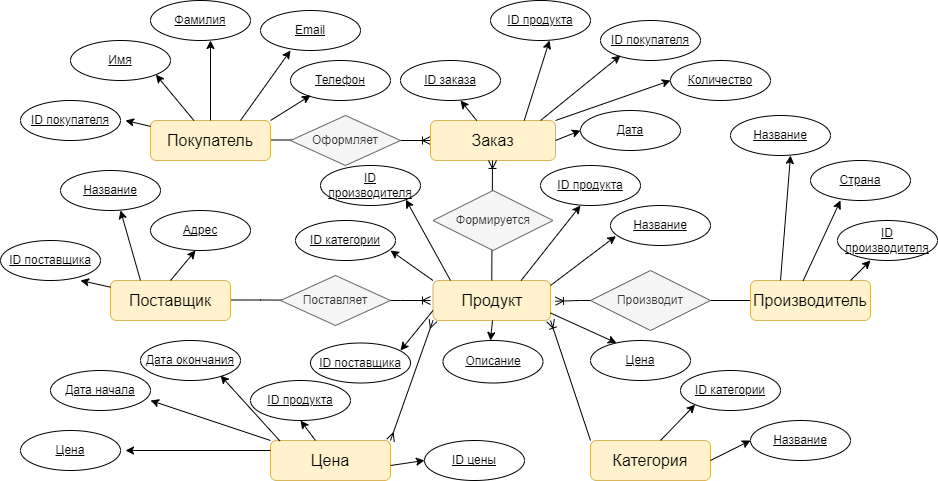
The draw.io diagram Conceptmodel.drawio.png in DoriaKarri/DatabaseOpen, before a commit. Source tidied: cells renumbered, new cells last; positions are measured from the earlier drawing's top-left corner, leaving out a move shared by most shapes.
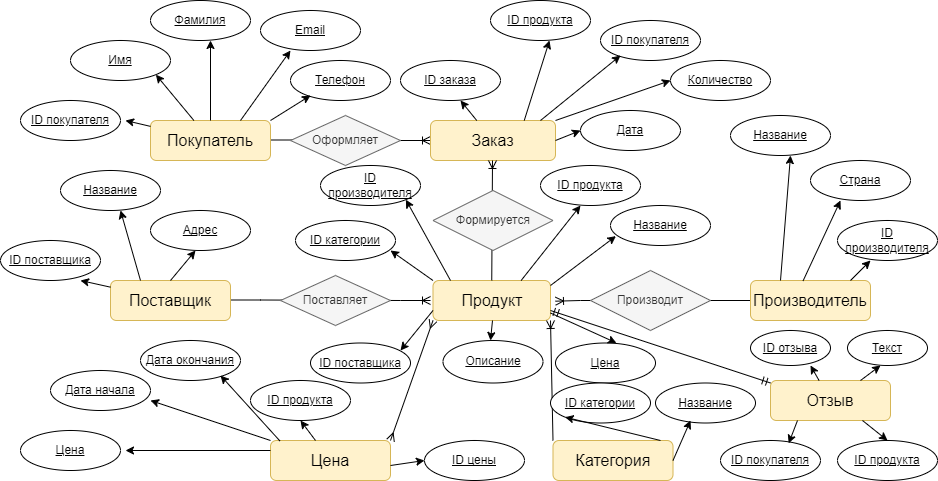
The same file after the commit.

The edit, as a diff of the source:
```diff
@@ -29,7 +29,7 @@
       <mxGeometry x="270" y="440" width="120" height="40" as="geometry" />
     </mxCell>
     <mxCell id="7" value="&lt;font style=&quot;font-size: 16px;&quot;&gt;Категория&lt;/font&gt;" style="rounded=1;whiteSpace=wrap;html=1;fillColor=#fff2cc;strokeColor=#d6b656;" parent="1" vertex="1">
-      <mxGeometry x="590" y="440" width="120" height="40" as="geometry" />
+      <mxGeometry x="552.5" y="440" width="120" height="40" as="geometry" />
     </mxCell>
     <mxCell id="8" value="&lt;font style=&quot;font-size: 16px;&quot;&gt;Заказ&lt;/font&gt;" style="rounded=1;whiteSpace=wrap;html=1;fillColor=#fff2cc;strokeColor=#d6b656;" parent="1" vertex="1">
       <mxGeometry x="430" y="120" width="125" height="40" as="geometry" />
@@ -118,7 +118,7 @@
       <mxGeometry x="150" y="210" width="100" height="40" as="geometry" />
     </mxCell>
     <mxCell id="36" value="Название&lt;span id=&quot;docs-internal-guid-7f41d778-7fff-3c8e-2a3e-b1769a336b5f&quot;&gt;&lt;/span&gt;" style="ellipse;whiteSpace=wrap;html=1;align=center;fontStyle=4;" parent="1" vertex="1">
-      <mxGeometry x="750" y="420" width="100" height="40" as="geometry" />
+      <mxGeometry x="655" y="382.5" width="100" height="40" as="geometry" />
     </mxCell>
     <mxCell id="37" value="Цена&lt;span id=&quot;docs-internal-guid-7f41d778-7fff-3c8e-2a3e-b1769a336b5f&quot;&gt;&lt;/span&gt;" style="ellipse;whiteSpace=wrap;html=1;align=center;fontStyle=4;" parent="1" vertex="1">
       <mxGeometry x="20" y="430" width="100" height="40" as="geometry" />
@@ -142,7 +142,7 @@
       <mxGeometry x="442.5" y="340" width="100" height="42.5" as="geometry" />
     </mxCell>
     <mxCell id="44" value="Цена&lt;span id=&quot;docs-internal-guid-7f41d778-7fff-3c8e-2a3e-b1769a336b5f&quot;&gt;&lt;/span&gt;" style="ellipse;whiteSpace=wrap;html=1;align=center;fontStyle=4;" parent="1" vertex="1">
-      <mxGeometry x="590" y="340" width="100" height="40" as="geometry" />
+      <mxGeometry x="555" y="342.5" width="100" height="40" as="geometry" />
     </mxCell>
     <mxCell id="45" value="ID поставщика&lt;span id=&quot;docs-internal-guid-7f41d778-7fff-3c8e-2a3e-b1769a336b5f&quot;&gt;&lt;/span&gt;" style="ellipse;whiteSpace=wrap;html=1;align=center;fontStyle=4;" parent="1" vertex="1">
       <mxGeometry x="310" y="342.5" width="100" height="40" as="geometry" />
@@ -226,13 +226,11 @@
         <mxPoint x="390" y="250" as="targetPoint" />
       </mxGeometry>
     </mxCell>
-    <mxCell id="62" style="endArrow=classic;html=1;rounded=0;exitX=1;exitY=0.5;exitDx=0;exitDy=0;" parent="1" edge="1" source="7">
-      <mxGeometry relative="1" as="geometry">
-        <mxPoint x="750" y="440" as="targetPoint" />
-      </mxGeometry>
+    <mxCell id="62" style="endArrow=classic;html=1;rounded=0;exitX=1;exitY=0.5;exitDx=0;exitDy=0;entryX=0.35;entryY=0.938;entryDx=0;entryDy=0;entryPerimeter=0;" parent="1" edge="1" source="7" target="36">
+      <mxGeometry relative="1" as="geometry" />
     </mxCell>
     <mxCell id="63" value="ID категории&lt;span id=&quot;docs-internal-guid-7f41d778-7fff-3c8e-2a3e-b1769a336b5f&quot;&gt;&lt;/span&gt;" style="ellipse;whiteSpace=wrap;html=1;align=center;fontStyle=4;" parent="1" vertex="1">
-      <mxGeometry x="680" y="370" width="100" height="40" as="geometry" />
+      <mxGeometry x="550" y="382.5" width="100" height="40" as="geometry" />
     </mxCell>
     <mxCell id="64" style="endArrow=classic;html=1;rounded=0;entryX=0;entryY=1;entryDx=0;entryDy=0;" parent="1" edge="1" target="63">
       <mxGeometry relative="1" as="geometry">
@@ -306,5 +304,45 @@
         <mxPoint x="390" y="465" as="sourcePoint" />
       </mxGeometry>
     </mxCell>
+    <mxCell id="79" value="&lt;span style=&quot;font-size: 16px;&quot;&gt;Отзыв&lt;/span&gt;" style="rounded=1;whiteSpace=wrap;html=1;fillColor=#fff2cc;strokeColor=#d6b656;" parent="1" vertex="1">
+      <mxGeometry x="770" y="380" width="120" height="40" as="geometry" />
+    </mxCell>
+    <mxCell id="80" value="ID отзыва&lt;span id=&quot;docs-internal-guid-7f41d778-7fff-3c8e-2a3e-b1769a336b5f&quot;&gt;&lt;/span&gt;" style="ellipse;whiteSpace=wrap;html=1;align=center;fontStyle=4;" parent="1" vertex="1">
+      <mxGeometry x="750" y="330" width="80" height="35" as="geometry" />
+    </mxCell>
+    <mxCell id="81" style="fontSize=12;html=1;endArrow=ERmandOne;startArrow=ERmandOne;rounded=0;exitX=1;exitY=0.75;exitDx=0;exitDy=0;" parent="1" edge="1" source="11">
+      <mxGeometry relative="1" as="geometry">
+        <mxPoint x="770" y="382.5" as="targetPoint" />
+      </mxGeometry>
+    </mxCell>
+    <mxCell id="82" style="endArrow=classic;html=1;rounded=0;" parent="1" edge="1" source="79">
+      <mxGeometry relative="1" as="geometry">
+        <mxPoint x="810" y="365" as="targetPoint" />
+      </mxGeometry>
+    </mxCell>
+    <mxCell id="83" value="Текст&lt;span id=&quot;docs-internal-guid-7f41d778-7fff-3c8e-2a3e-b1769a336b5f&quot;&gt;&lt;/span&gt;" style="ellipse;whiteSpace=wrap;html=1;align=center;fontStyle=4;" parent="1" vertex="1">
+      <mxGeometry x="847" y="330" width="80" height="35" as="geometry" />
+    </mxCell>
+    <mxCell id="84" value="ID покупателя&lt;span id=&quot;docs-internal-guid-7f41d778-7fff-3c8e-2a3e-b1769a336b5f&quot;&gt;&lt;/span&gt;&lt;span id=&quot;docs-internal-guid-7f41d778-7fff-3c8e-2a3e-b1769a336b5f&quot;&gt;&lt;/span&gt;" style="ellipse;whiteSpace=wrap;html=1;align=center;fontStyle=4;" parent="1" vertex="1">
+      <mxGeometry x="720" y="440" width="100" height="40" as="geometry" />
+    </mxCell>
+    <mxCell id="85" value="ID продукта&lt;span id=&quot;docs-internal-guid-7f41d778-7fff-3c8e-2a3e-b1769a336b5f&quot;&gt;&lt;/span&gt;" style="ellipse;whiteSpace=wrap;html=1;align=center;fontStyle=4;" parent="1" vertex="1">
+      <mxGeometry x="837" y="440" width="100" height="40" as="geometry" />
+    </mxCell>
+    <mxCell id="86" style="endArrow=classic;html=1;rounded=0;exitX=0.75;exitY=0;exitDx=0;exitDy=0;" parent="1" edge="1" source="79">
+      <mxGeometry relative="1" as="geometry">
+        <mxPoint x="880" y="365" as="targetPoint" />
+      </mxGeometry>
+    </mxCell>
+    <mxCell id="87" style="endArrow=classic;html=1;rounded=0;entryX=0.5;entryY=0;entryDx=0;entryDy=0;" parent="1" edge="1" target="85">
+      <mxGeometry relative="1" as="geometry">
+        <mxPoint x="862" y="420" as="sourcePoint" />
+      </mxGeometry>
+    </mxCell>
+    <mxCell id="88" style="endArrow=classic;html=1;rounded=0;entryX=0.682;entryY=0.07;entryDx=0;entryDy=0;entryPerimeter=0;" parent="1" edge="1" target="84">
+      <mxGeometry relative="1" as="geometry">
+        <mxPoint x="797" y="420" as="sourcePoint" />
+      </mxGeometry>
+    </mxCell>
   </root>
 </mxGraphModel>
```
